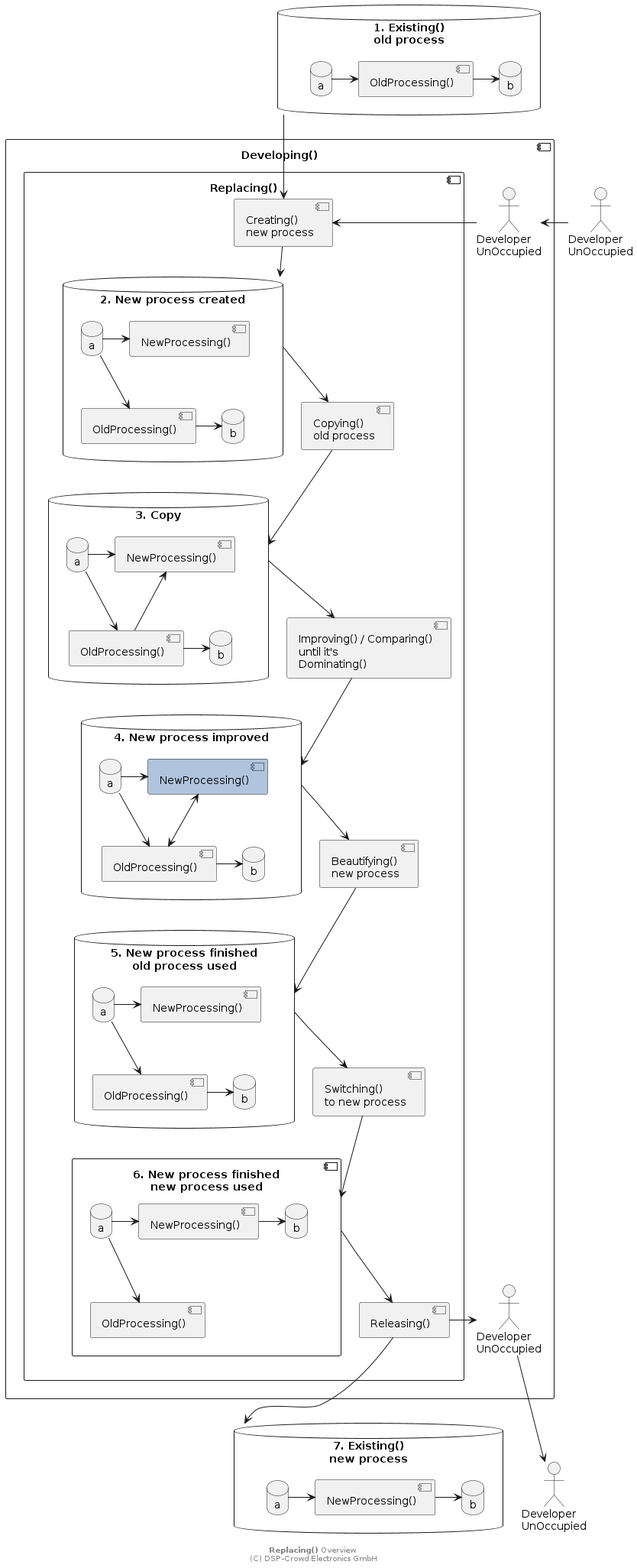
NoOrientationProgramming/NopExamples keeps this PlantUML diagram as doc/system/replacing/replacing.png. Above is the earlier version.
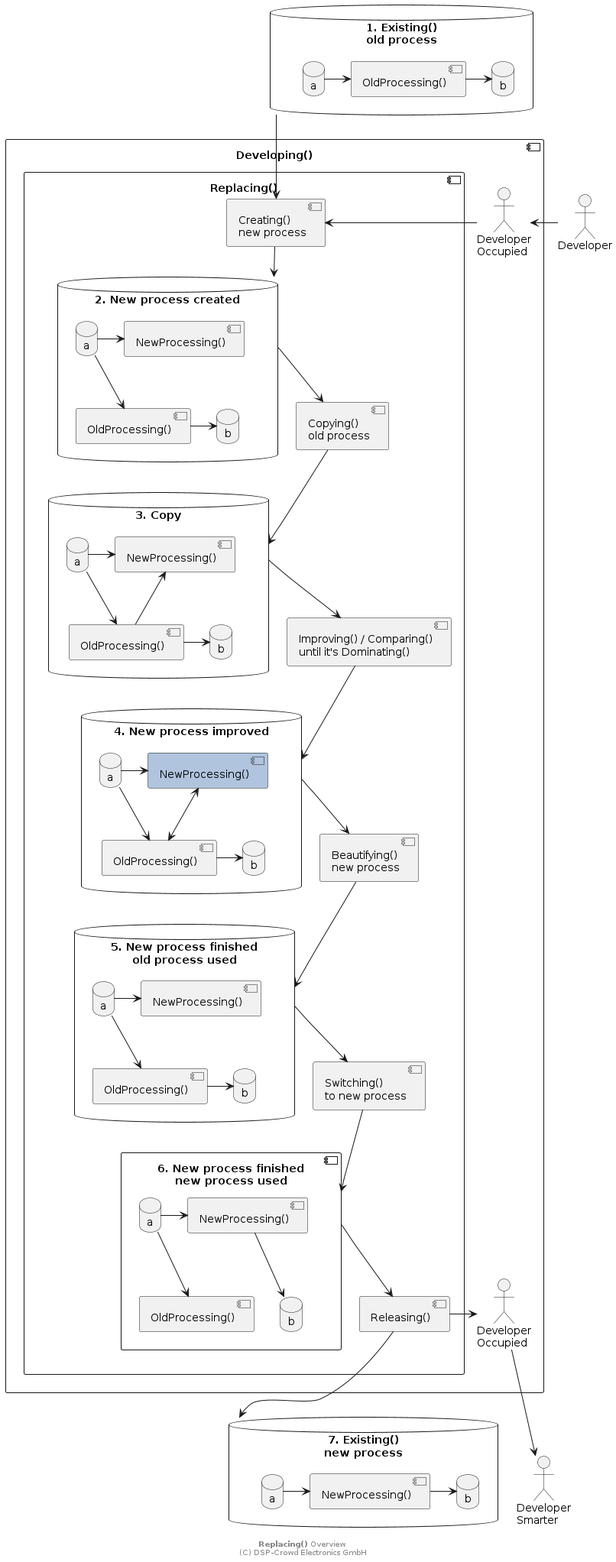
Later version of the same file.

Change to the diagram source:
```diff
@@ -18,13 +18,13 @@
   np7 -> b7
 }
 
-actor "Developer\nUnOccupied" as sDev1
-actor "Developer\nUnOccupied" as sDev2
+actor "Developer" as sDev1
+actor "Developer\nSmarter" as sDev2
 
 component "Developing()" as pDev {
 
-actor "Developer\nUnOccupied" as sDevUnOcc1
-actor "Developer\nUnOccupied" as sDevUnOcc2
+actor "Developer\nOccupied" as sDevUnOcc1
+actor "Developer\nOccupied" as sDevUnOcc2
 
 component "Replacing()" as pRep {
 
@@ -83,11 +83,12 @@
   a6 -> np6
   np6 -> b6
   a6 --> op6
+  op6 .r[hidden]. b6
 }
 
 component "Creating()\nnew process" as pCreate
 component "Copying()\nold process" as pCopy
-component "Improving() / Comparing()\nuntil it's\nDominating()" as pImp
+component "Improving() / Comparing()\nuntil it's Dominating()" as pImp
 component "Beautifying()\nnew process" as pFin
 component "Switching()\nto new process" as pSwitch
 component "Releasing()" as pRel
```
